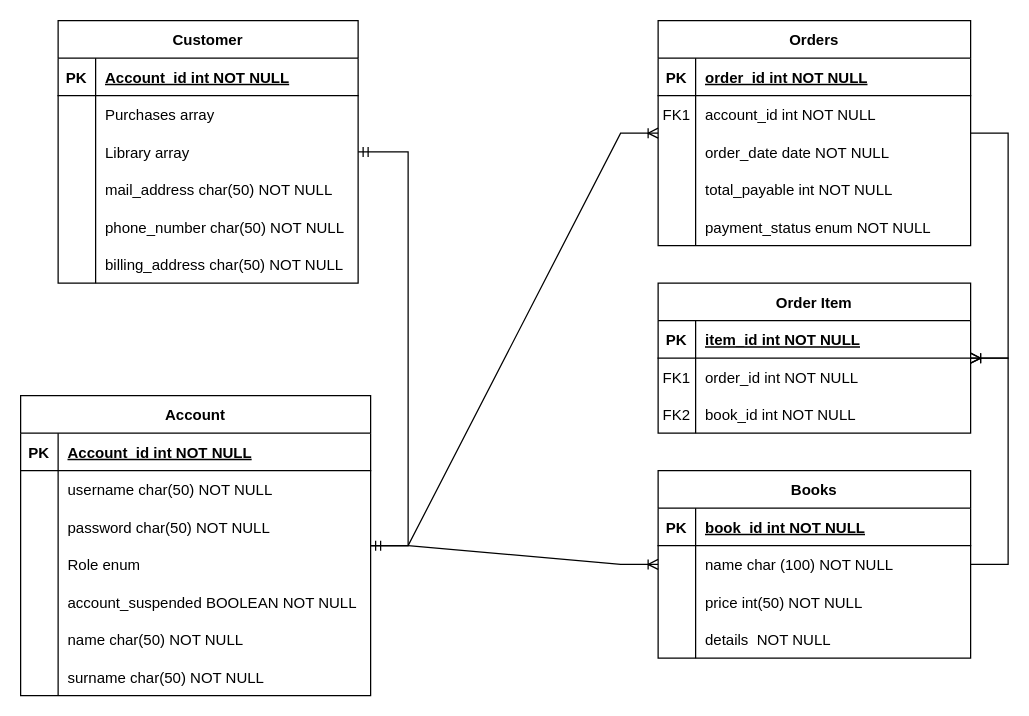
Earlier version of the draw.io diagram page "ERD" (1 of 2) of documentation/ERD.drawio (TeoScardov/cloud-project-2024). Source tidied: cells renumbered, new cells numbered last; positions are measured from the earlier drawing's top-left corner, leaving out a move shared by most shapes. Both pictures are drawn from the tidied source at 125%, with x=0, y=0 at pixel (20, 20).
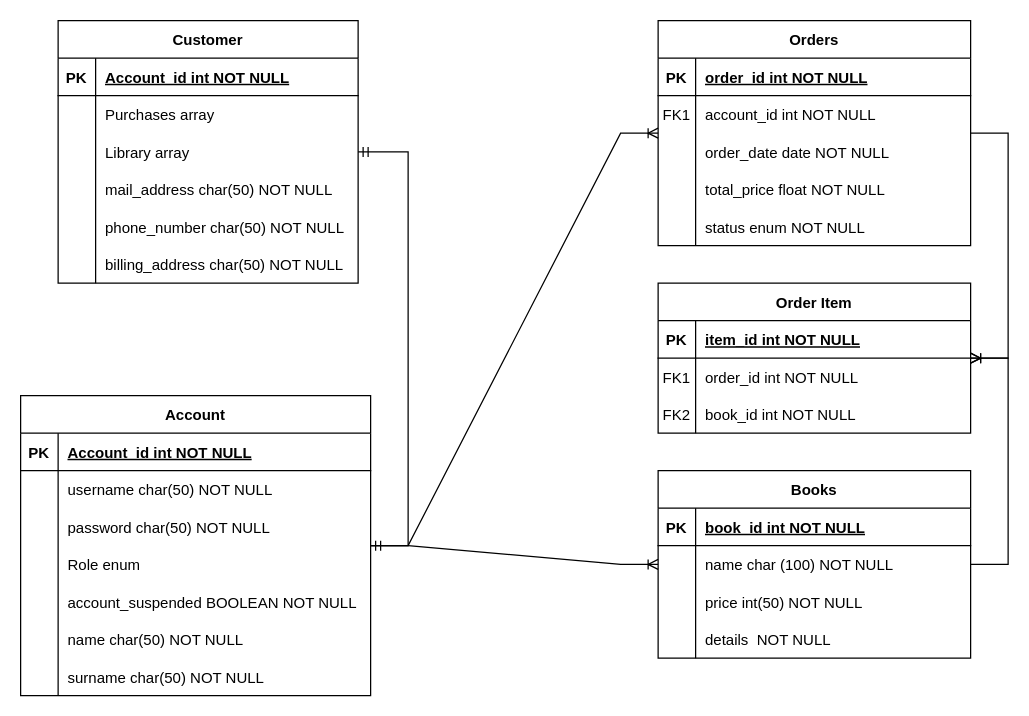
Above is the later version.

The change refers to these unchanged cells:
```xml
<mxCell id="12" style="shape=partialRectangle;fillColor=none;top=0;left=0;right=0;bottom=0;" parent="2" vertex="1">
  <mxGeometry y="120" width="250" height="30" as="geometry" />
</mxCell>
<mxCell id="15" style="shape=partialRectangle;fillColor=none;top=0;left=0;right=0;bottom=0;" parent="2" vertex="1">
  <mxGeometry y="150" width="250" height="30" as="geometry" />
</mxCell>
```

Change to the diagram source:
```diff
@@
-    <mxCell id="14" value="total_payable int NOT NULL" style="shape=partialRectangle;overflow=hidden;fillColor=none;top=0;left=0;bottom=0;right=0;align=left;spacingLeft=6;" parent="12" vertex="1">
+    <mxCell id="14" value="total_price float NOT NULL" style="shape=partialRectangle;overflow=hidden;fillColor=none;top=0;left=0;bottom=0;right=0;align=left;spacingLeft=6;" parent="12" vertex="1">
       <mxGeometry x="30" width="220" height="30" as="geometry" />
     </mxCell>
@@
-    <mxCell id="17" value="payment_status enum NOT NULL" style="shape=partialRectangle;overflow=hidden;fillColor=none;top=0;left=0;bottom=0;right=0;align=left;spacingLeft=6;" parent="15" vertex="1">
+    <mxCell id="17" value="status enum NOT NULL" style="shape=partialRectangle;overflow=hidden;fillColor=none;top=0;left=0;bottom=0;right=0;align=left;spacingLeft=6;" parent="15" vertex="1">
       <mxGeometry x="30" width="220" height="30" as="geometry" />
     </mxCell>
```
